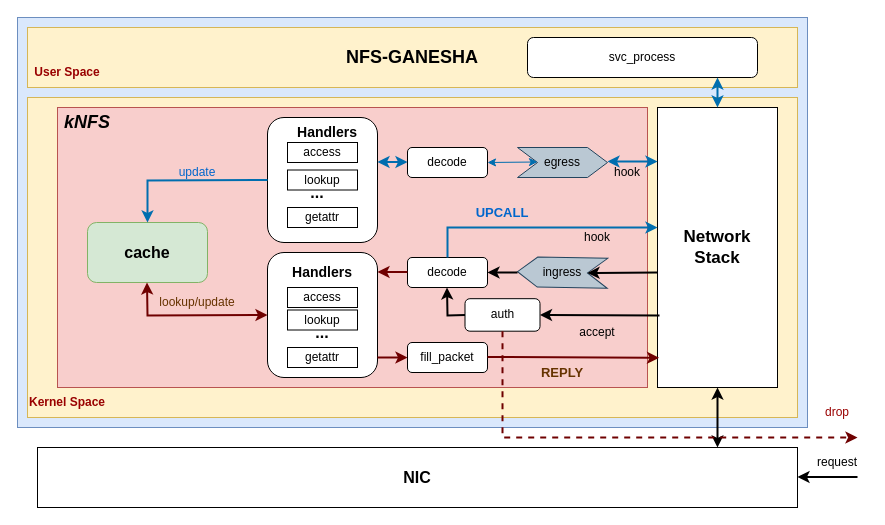
Above: os竞赛项目框架图.drawio in Kakoyi945/cloud (draw.io), before the change. Source tidied: cells renumbered, new cells numbered last; positions are measured from the earlier drawing's top-left corner, leaving out a move shared by most shapes. Both pictures are drawn from the tidied source at 100%, with x=0, y=0 at pixel (17, 17).
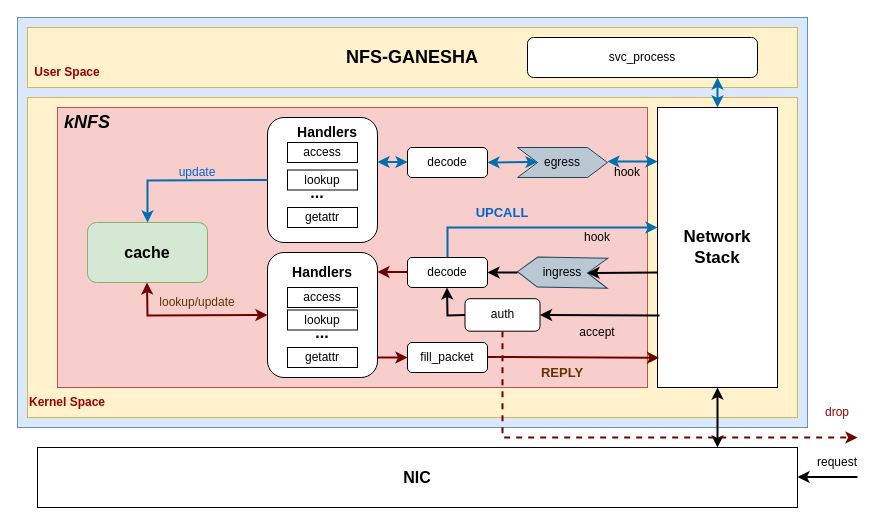
After the change.

Commit message:
更新os竞赛项目框架图.drawio

Unchanged cells that the change refers to:
```xml
<mxCell id="26" value="decode" style="rounded=1;whiteSpace=wrap;html=1;" parent="1" vertex="1">
  <mxGeometry x="390" y="130" width="80" height="30" as="geometry" />
</mxCell>
```

The edit, as a diff of the source:
```diff
@@
-    <mxCell id="30" style="endArrow=classic;startArrow=classic;html=1;rounded=0;exitX=1;exitY=0.5;exitDx=0;exitDy=0;fillColor=#1ba1e2;strokeColor=#006EAF;" parent="1" edge="1" source="26">
+    <mxCell id="30" style="endArrow=classic;startArrow=classic;html=1;rounded=0;exitX=1;exitY=0.5;exitDx=0;exitDy=0;fillColor=#1ba1e2;strokeColor=#006EAF;strokeWidth=2;" parent="1" edge="1" source="26">
       <mxGeometry relative="1" as="geometry">
         <mxPoint x="520" y="144.5" as="targetPoint" />
       </mxGeometry>
     </mxCell>
```
